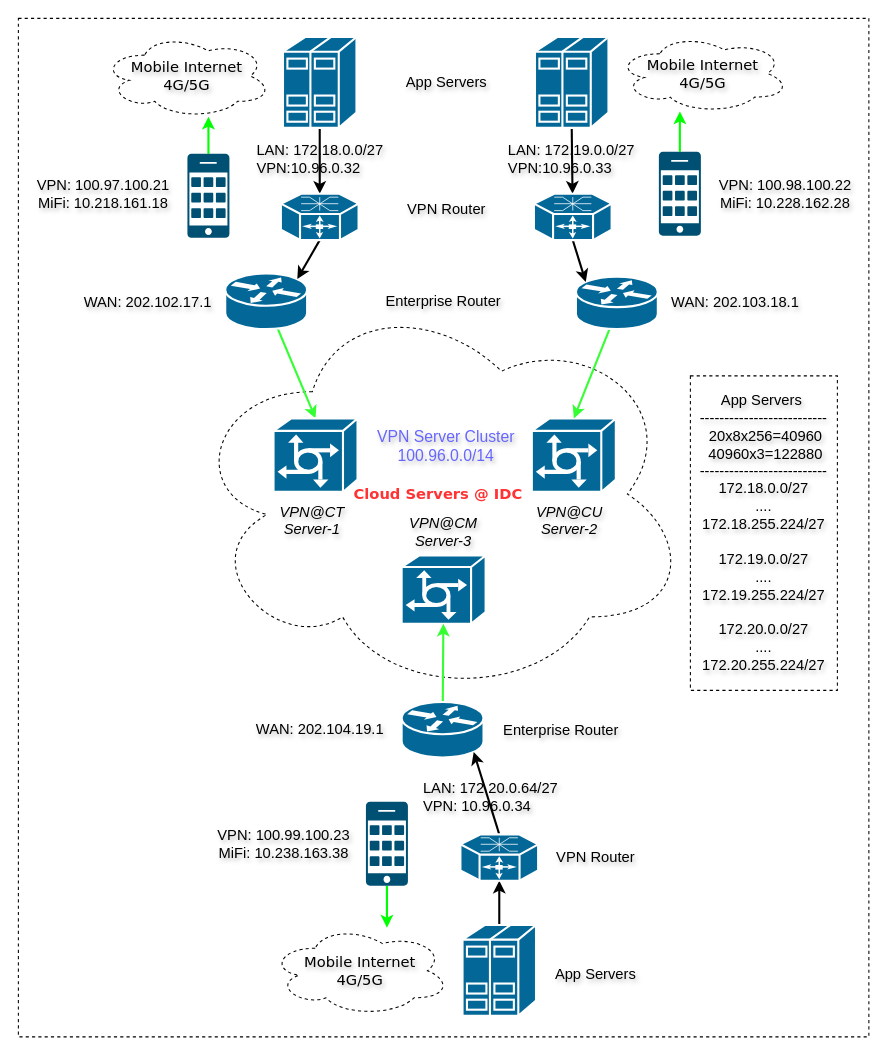
Earlier version of the draw.io diagram Untitled Diagram.drawio (nxtreaming/andy_study). Source tidied: cells renumbered, new cells numbered last; positions are measured from the earlier drawing's top-left corner, leaving out a move shared by most shapes. Both pictures are drawn from the tidied source at 105%, with x=0, y=0 at pixel (18, 18).
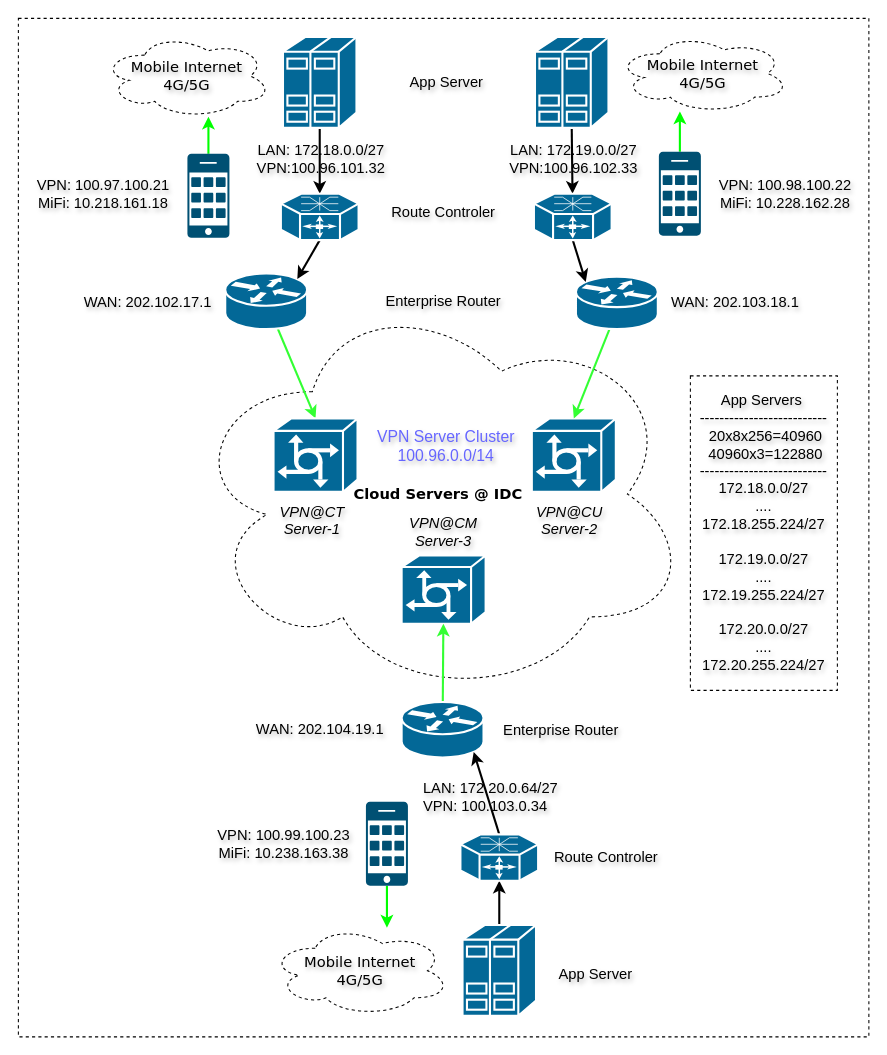
The same diagram, later.

What changed in the source:
```diff
@@
-    <mxCell id="3" value="&lt;font color=&quot;#ff3333&quot; style=&quot;font-size: 14px;&quot;&gt;&lt;b&gt;Cloud Servers @ IDC&lt;/b&gt;&lt;/font&gt;" style="ellipse;shape=cloud;whiteSpace=wrap;html=1;rounded=0;shadow=0;comic=0;strokeWidth=1;fontFamily=Verdana;fontSize=12;fontColor=#9933FF;dashed=1;" parent="1" vertex="1">
+    <mxCell id="3" value="&lt;font color=&quot;#000000&quot; style=&quot;font-size: 14px;&quot;&gt;&lt;b style=&quot;&quot;&gt;Cloud Servers @ IDC&lt;/b&gt;&lt;/font&gt;" style="ellipse;shape=cloud;whiteSpace=wrap;html=1;rounded=0;shadow=0;comic=0;strokeWidth=1;fontFamily=Verdana;fontSize=12;fontColor=#9933FF;dashed=1;" parent="1" vertex="1">
       <mxGeometry x="160" y="258" width="480" height="390" as="geometry" />
     </mxCell>
@@
-    <mxCell id="34" value="&lt;font style=&quot;font-size: 14px;&quot;&gt;App Servers&lt;/font&gt;" style="text;strokeColor=none;align=center;fillColor=#FFFFFF;html=1;verticalAlign=middle;whiteSpace=wrap;rounded=0;textShadow=1;" parent="1" vertex="1">
+    <mxCell id="34" value="&lt;font style=&quot;font-size: 14px;&quot;&gt;App Server&lt;/font&gt;" style="text;strokeColor=none;align=center;fillColor=#FFFFFF;html=1;verticalAlign=middle;whiteSpace=wrap;rounded=0;textShadow=1;" parent="1" vertex="1">
       <mxGeometry x="357.5" y="46" width="100" height="30" as="geometry" />
     </mxCell>
@@
-    <mxCell id="44" value="&lt;font style=&quot;font-size: 14px;&quot;&gt;VPN Router&lt;br&gt;&lt;/font&gt;" style="text;strokeColor=#FFFFFF;align=center;fillColor=#FFFFFF;html=1;verticalAlign=middle;whiteSpace=wrap;rounded=0;fontColor=#000000;textShadow=1;" parent="1" vertex="1">
-      <mxGeometry x="357.5" y="167" width="100" height="30" as="geometry" />
+    <mxCell id="44" value="&lt;div&gt;&lt;span style=&quot;font-size: 14px;&quot;&gt;Route&lt;/span&gt;&lt;span style=&quot;font-size: 14px; background-color: initial;&quot;&gt;&amp;nbsp;Controler&lt;/span&gt;&lt;/div&gt;" style="text;strokeColor=#FFFFFF;align=center;fillColor=#FFFFFF;html=1;verticalAlign=middle;whiteSpace=wrap;rounded=0;fontColor=#000000;textShadow=1;" parent="1" vertex="1">
+      <mxGeometry x="350" y="170" width="110" height="30" as="geometry" />
     </mxCell>
@@
-    <mxCell id="48" value="&lt;font style=&quot;font-size: 14px;&quot;&gt;VPN Router&lt;/font&gt;" style="text;strokeColor=none;align=center;fillColor=#FFFFFF;html=1;verticalAlign=middle;whiteSpace=wrap;rounded=0;fontColor=#000000;textShadow=1;" parent="1" vertex="1">
-      <mxGeometry x="500" y="784.2" width="100" height="30" as="geometry" />
+    <mxCell id="48" value="&lt;span style=&quot;font-size: 14px; background-color: initial;&quot;&gt;Route Controler&lt;/span&gt;" style="text;strokeColor=none;align=center;fillColor=#FFFFFF;html=1;verticalAlign=middle;whiteSpace=wrap;rounded=0;fontColor=#000000;textShadow=1;" parent="1" vertex="1">
+      <mxGeometry x="500" y="784.2" width="120" height="30" as="geometry" />
     </mxCell>
-    <mxCell id="49" value="&lt;font style=&quot;font-size: 14px;&quot;&gt;App Servers&lt;/font&gt;" style="text;strokeColor=none;align=center;fillColor=#FFFFFF;html=1;verticalAlign=middle;whiteSpace=wrap;rounded=0;textShadow=1;" parent="1" vertex="1">
+    <mxCell id="49" value="&lt;font style=&quot;font-size: 14px;&quot;&gt;App Server&lt;/font&gt;" style="text;strokeColor=none;align=center;fillColor=#FFFFFF;html=1;verticalAlign=middle;whiteSpace=wrap;rounded=0;textShadow=1;" parent="1" vertex="1">
       <mxGeometry x="500" y="895" width="100" height="30" as="geometry" />
     </mxCell>
@@
-    <mxCell id="52" value="&lt;font style=&quot;font-size: 14px;&quot;&gt;LAN: 172.18.0.0/27&lt;br&gt;&lt;div style=&quot;text-align: left;&quot;&gt;&lt;span style=&quot;background-color: initial;&quot;&gt;VPN:10.96.0.32&lt;/span&gt;&lt;/div&gt;&lt;/font&gt;" style="text;strokeColor=none;align=center;fillColor=none;html=1;verticalAlign=middle;whiteSpace=wrap;rounded=0;textShadow=1;" parent="1" vertex="1">
-      <mxGeometry x="224.5" y="119" width="125" height="30" as="geometry" />
+    <mxCell id="52" value="&lt;font style=&quot;font-size: 14px;&quot;&gt;LAN: 172.18.0.0/27&lt;br&gt;&lt;div style=&quot;text-align: left;&quot;&gt;&lt;span style=&quot;background-color: initial;&quot;&gt;VPN:100.96.101.32&lt;/span&gt;&lt;/div&gt;&lt;/font&gt;" style="text;strokeColor=none;align=center;fillColor=none;html=1;verticalAlign=middle;whiteSpace=wrap;rounded=0;textShadow=1;" parent="1" vertex="1">
+      <mxGeometry x="225.5" y="119" width="125" height="30" as="geometry" />
     </mxCell>
-    <mxCell id="53" value="&lt;font style=&quot;font-size: 14px;&quot;&gt;LAN: 172.19.0.0/27&lt;br&gt;&lt;div style=&quot;text-align: left;&quot;&gt;&lt;span style=&quot;background-color: initial;&quot;&gt;VPN:10.96.0.33&lt;/span&gt;&lt;/div&gt;&lt;/font&gt;" style="text;strokeColor=none;align=center;fillColor=none;html=1;verticalAlign=middle;whiteSpace=wrap;rounded=0;textShadow=1;" parent="1" vertex="1">
-      <mxGeometry x="457" y="119" width="140" height="30" as="geometry" />
+    <mxCell id="53" value="&lt;font style=&quot;font-size: 14px;&quot;&gt;LAN: 172.19.0.0/27&lt;br&gt;&lt;div style=&quot;text-align: left;&quot;&gt;&lt;span style=&quot;background-color: initial;&quot;&gt;VPN:100.96.102.33&lt;/span&gt;&lt;/div&gt;&lt;/font&gt;" style="text;strokeColor=none;align=center;fillColor=none;html=1;verticalAlign=middle;whiteSpace=wrap;rounded=0;textShadow=1;" parent="1" vertex="1">
+      <mxGeometry x="459" y="119" width="140" height="30" as="geometry" />
     </mxCell>
-    <mxCell id="54" value="&lt;font style=&quot;font-size: 14px;&quot;&gt;LAN: 172.20.0.64/27&lt;br&gt;&lt;div style=&quot;text-align: left;&quot;&gt;&lt;span style=&quot;background-color: initial;&quot;&gt;VPN: 10.96.0.34&lt;/span&gt;&lt;/div&gt;&lt;/font&gt;" style="text;strokeColor=none;align=center;fillColor=none;html=1;verticalAlign=middle;whiteSpace=wrap;rounded=0;textShadow=1;" parent="1" vertex="1">
+    <mxCell id="54" value="&lt;font style=&quot;font-size: 14px;&quot;&gt;LAN: 172.20.0.64/27&lt;br&gt;&lt;div style=&quot;text-align: left;&quot;&gt;&lt;span style=&quot;background-color: initial;&quot;&gt;VPN: 100.103.0.34&lt;/span&gt;&lt;/div&gt;&lt;/font&gt;" style="text;strokeColor=none;align=center;fillColor=none;html=1;verticalAlign=middle;whiteSpace=wrap;rounded=0;textShadow=1;" parent="1" vertex="1">
       <mxGeometry x="380" y="726" width="140" height="30" as="geometry" />
     </mxCell>
```
